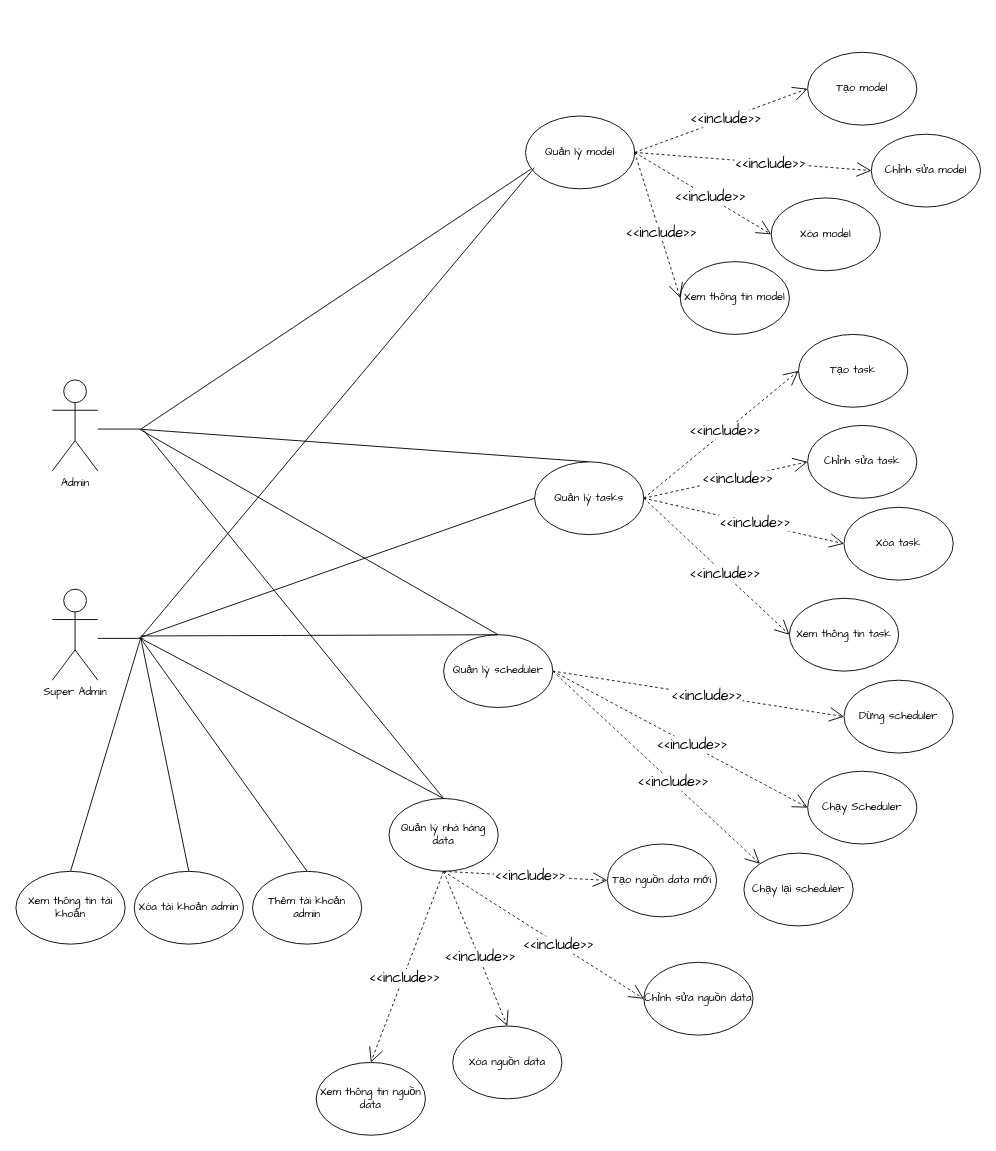
VennDev/VRecommendSystem keeps this draw.io diagram as diagrams/use case/Admin.drawio. Above is the earlier version. Source tidied: cells renumbered, new cells numbered last; positions are measured from the earlier drawing's top-left corner, leaving out a move shared by most shapes. Both pictures are drawn from the tidied source at 91%, with x=0, y=0 at pixel (15, 52).
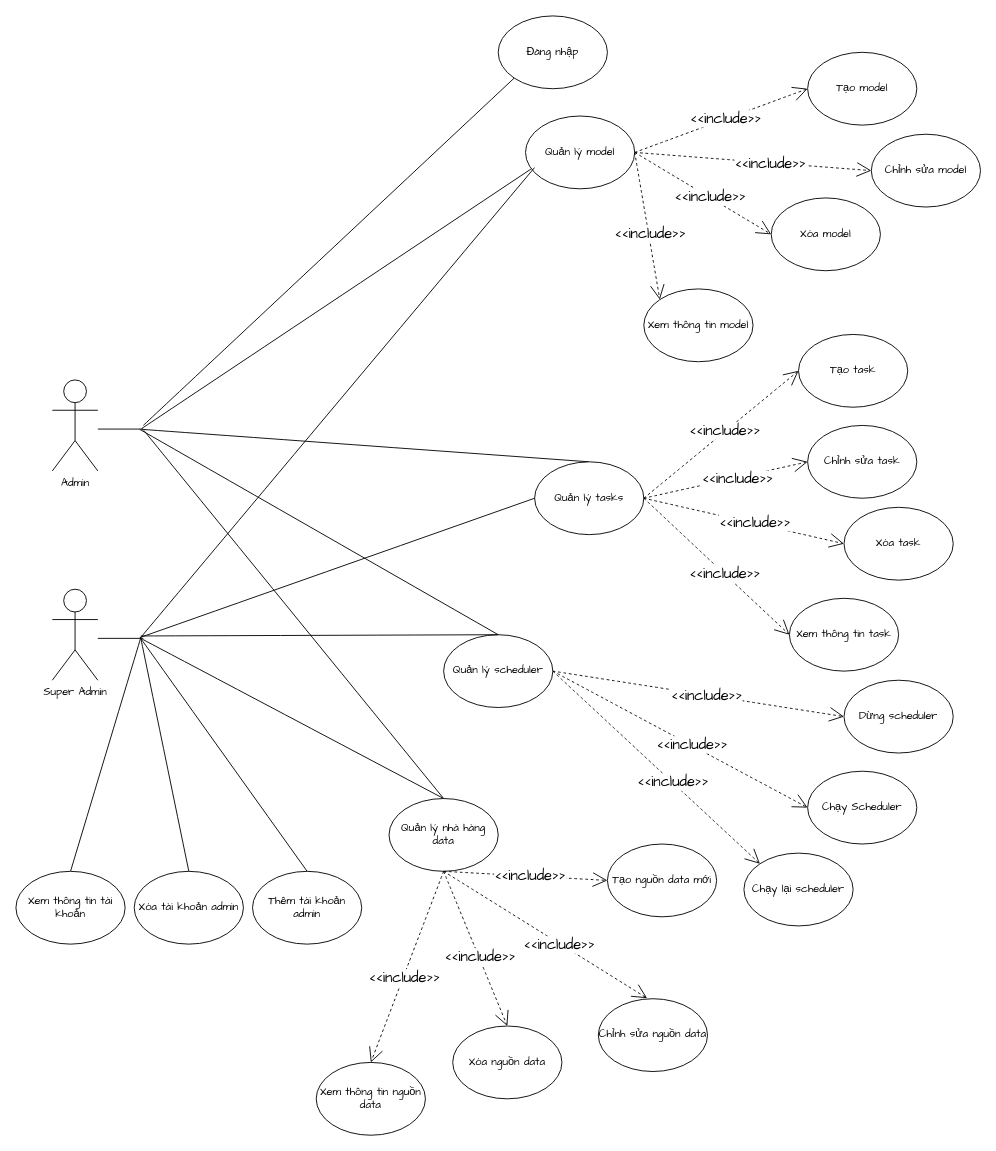
The same page after the edit.

The change refers to these unchanged cells:
```xml
<mxCell id="16" value="Quản lý model" style="ellipse;whiteSpace=wrap;html=1;fontFamily=Architects Daughter;" parent="1" vertex="1">
  <mxGeometry x="560" y="70" width="120" height="80" as="geometry" />
</mxCell>
<mxCell id="28" value="Quản lý nhà hàng data" style="ellipse;whiteSpace=wrap;html=1;fontFamily=Architects Daughter;" parent="1" vertex="1">
  <mxGeometry x="410" y="820" width="120" height="80" as="geometry" />
</mxCell>
<mxCell id="67" style="line;strokeWidth=1;fillColor=none;align=left;verticalAlign=middle;spacingTop=-1;spacingLeft=3;spacingRight=3;labelPosition=right;points=[];portConstraint=eastwest;strokeColor=inherit;fontFamily=Architects Daughter;" parent="1" vertex="1">
  <mxGeometry x="90" y="410" width="50" height="8" as="geometry" />
</mxCell>
```

The edit, as a diff of the source:
```diff
@@
     <mxCell id="17" value="Xem thông tin model" style="ellipse;whiteSpace=wrap;html=1;fontFamily=Architects Daughter;" parent="1" vertex="1">
-      <mxGeometry x="730" y="230" width="120" height="80" as="geometry" />
+      <mxGeometry x="690" y="260" width="120" height="80" as="geometry" />
     </mxCell>
-    <mxCell id="18" style="edgeStyle=none;curved=1;rounded=0;jettySize=auto;html=1;exitX=1;exitY=0.5;exitDx=0;exitDy=0;entryX=0;entryY=0.5;entryDx=0;entryDy=0;fontFamily=Architects Daughter;fontSize=16;startSize=14;endArrow=open;endSize=14;sourcePerimeterSpacing=8;targetPerimeterSpacing=8;dashed=1;" parent="1" edge="1" source="16" target="17">
+    <mxCell id="18" style="edgeStyle=none;curved=1;rounded=0;jettySize=auto;html=1;exitX=1;exitY=0.5;exitDx=0;exitDy=0;entryX=0;entryY=0;entryDx=0;entryDy=0;fontFamily=Architects Daughter;fontSize=16;startSize=14;endArrow=open;endSize=14;sourcePerimeterSpacing=8;targetPerimeterSpacing=8;dashed=1;" parent="1" edge="1" source="16" target="17">
       <mxGeometry relative="1" as="geometry" />
     </mxCell>
@@
     <mxCell id="45" value="Chỉnh sửa nguồn data" style="ellipse;whiteSpace=wrap;html=1;fontFamily=Architects Daughter;" parent="1" vertex="1">
-      <mxGeometry x="690" y="1000" width="120" height="80" as="geometry" />
+      <mxGeometry x="640" y="1040" width="120" height="80" as="geometry" />
     </mxCell>
@@
-    <mxCell id="49" style="edgeStyle=none;curved=1;rounded=0;jettySize=auto;html=1;exitX=0.5;exitY=1;exitDx=0;exitDy=0;entryX=0;entryY=0.5;entryDx=0;entryDy=0;fontFamily=Architects Daughter;fontSize=16;startSize=14;endArrow=open;endSize=14;sourcePerimeterSpacing=8;targetPerimeterSpacing=8;dashed=1;" parent="1" edge="1" source="28" target="45">
+    <mxCell id="49" style="edgeStyle=none;curved=1;rounded=0;jettySize=auto;html=1;exitX=0.5;exitY=1;exitDx=0;exitDy=0;entryX=0.447;entryY=-0.007;entryDx=0;entryDy=0;fontFamily=Architects Daughter;fontSize=16;startSize=14;endArrow=open;endSize=14;sourcePerimeterSpacing=8;targetPerimeterSpacing=8;dashed=1;entryPerimeter=0;" parent="1" edge="1" source="28" target="45">
       <mxGeometry relative="1" as="geometry" />
     </mxCell>
@@
+    <mxCell id="69" value="Đăng nhập" style="ellipse;whiteSpace=wrap;html=1;fontFamily=Architects Daughter;" parent="1" vertex="1">
+      <mxGeometry x="530" y="-40" width="120" height="80" as="geometry" />
+    </mxCell>
+    <mxCell id="70" style="edgeStyle=none;jettySize=auto;html=1;rounded=0;fontFamily=Architects Daughter;fontSize=16;startSize=14;endArrow=none;endSize=14;sourcePerimeterSpacing=8;targetPerimeterSpacing=8;curved=1;entryX=0;entryY=1;entryDx=0;entryDy=0;exitX=1;exitY=0;exitDx=0;exitDy=0;exitPerimeter=0;endFill=0;" parent="1" edge="1" source="67" target="69">
+      <mxGeometry relative="1" as="geometry" />
+    </mxCell>
```
